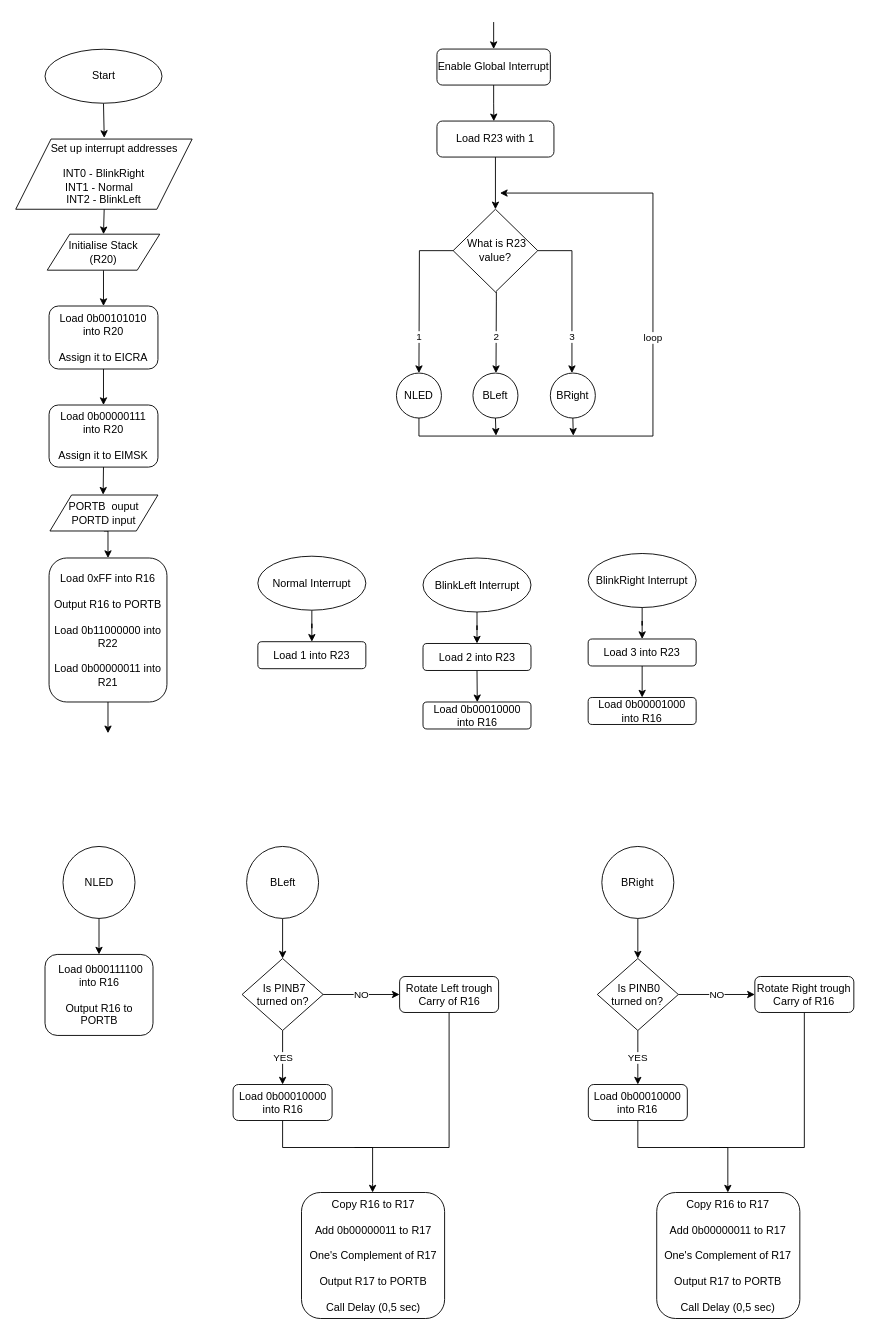
The draw.io diagram LAB3/Flowchatrs/Task3File.drawio in lg222sv/1DT301, before the edit. Source tidied: cells renumbered, new cells numbered last; positions are measured from the earlier drawing's top-left corner, leaving out a move shared by most shapes. Both pictures are drawn from the tidied source at 90%, with x=0, y=0 at pixel (15, 22).
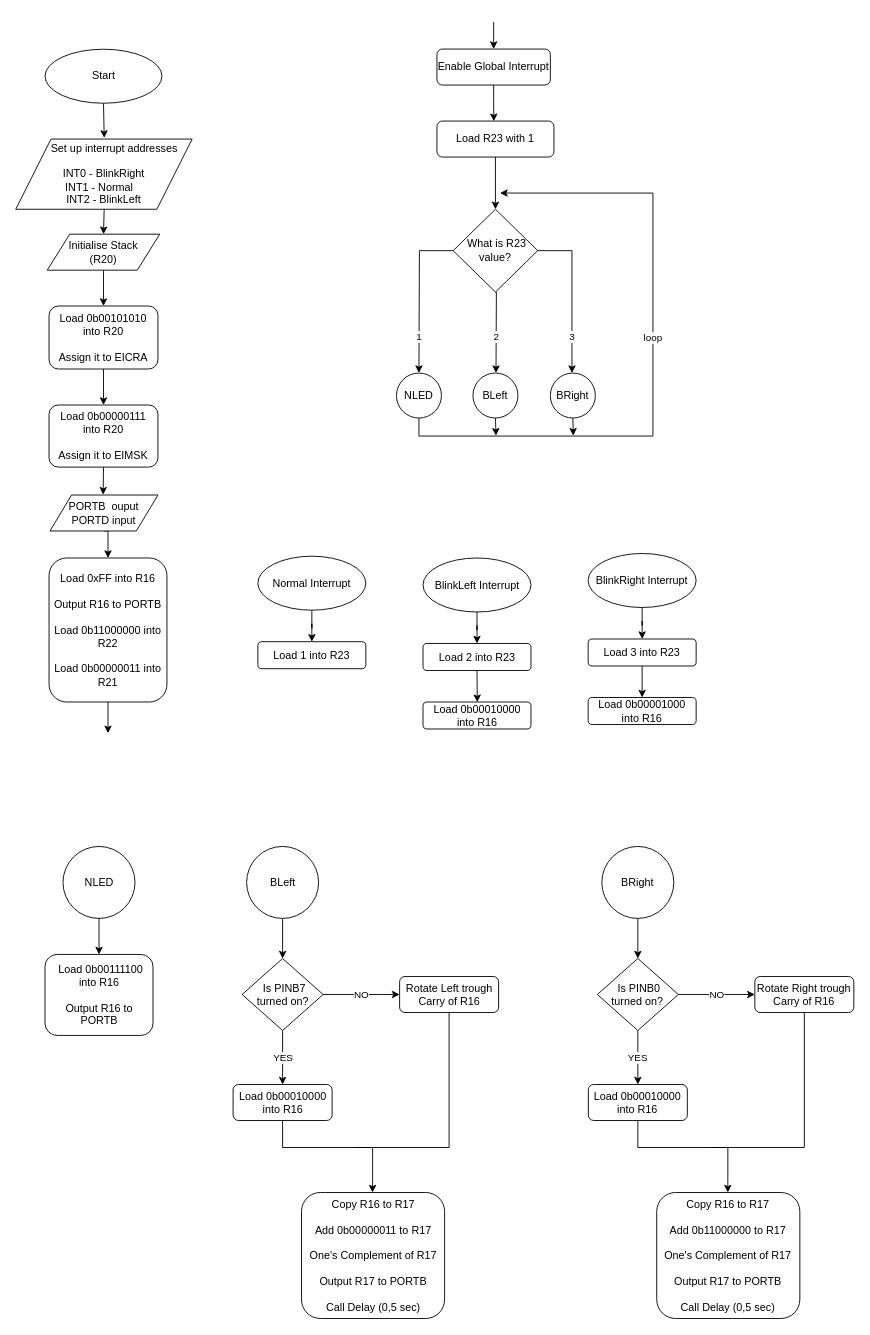
Above is the later version.

What changed in the source:
```diff
@@
-    <mxCell id="66" value="Copy R16 to R17&lt;br&gt;&lt;br&gt;Add 0b00000011 to R17&lt;br&gt;&lt;br&gt;One's Complement of R17&lt;br&gt;&lt;br&gt;Output R17 to PORTB&lt;br&gt;&lt;br&gt;Call Delay (0,5 sec)" style="rounded=1;whiteSpace=wrap;html=1;" parent="1" vertex="1">
+    <mxCell id="66" value="Copy R16 to R17&lt;br&gt;&lt;br&gt;Add 0b11000000 to R17&lt;br&gt;&lt;br&gt;One's Complement of R17&lt;br&gt;&lt;br&gt;Output R17 to PORTB&lt;br&gt;&lt;br&gt;Call Delay (0,5 sec)" style="rounded=1;whiteSpace=wrap;html=1;" parent="1" vertex="1">
       <mxGeometry x="712.2" y="1300.5" width="159" height="140" as="geometry" />
     </mxCell>
```
